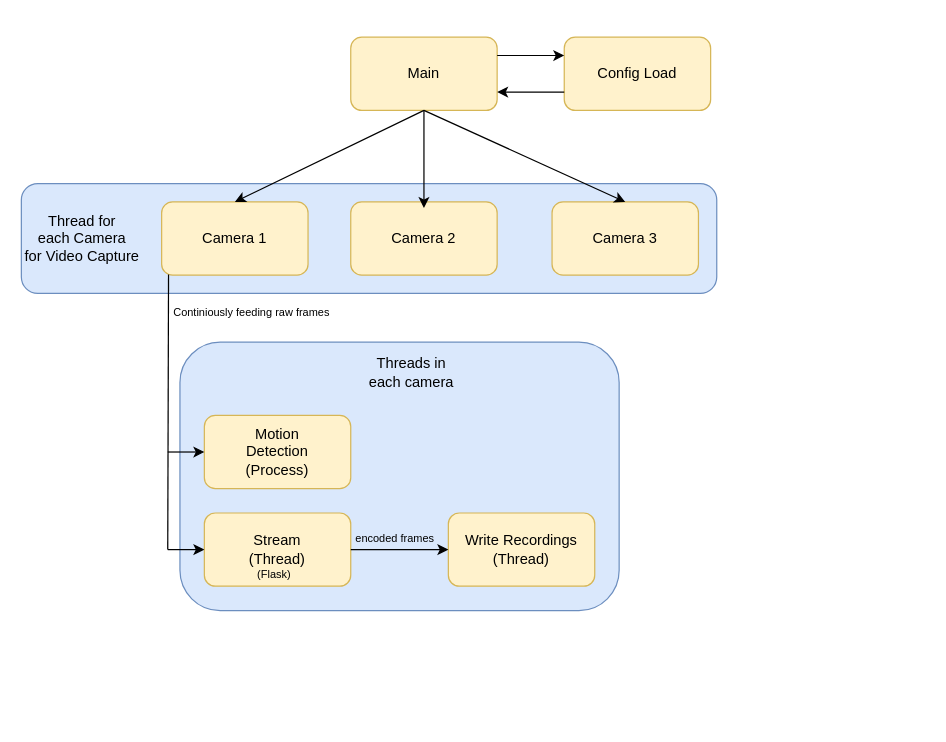
Above: architecture.drawio in TomasTNunes/Cameras-Python (draw.io), before the change. Source tidied: cells renumbered, new cells numbered last; positions are measured from the earlier drawing's top-left corner, leaving out a move shared by most shapes. Both pictures are drawn from the tidied source at 122%, with x=0, y=0 at pixel (21, 37).
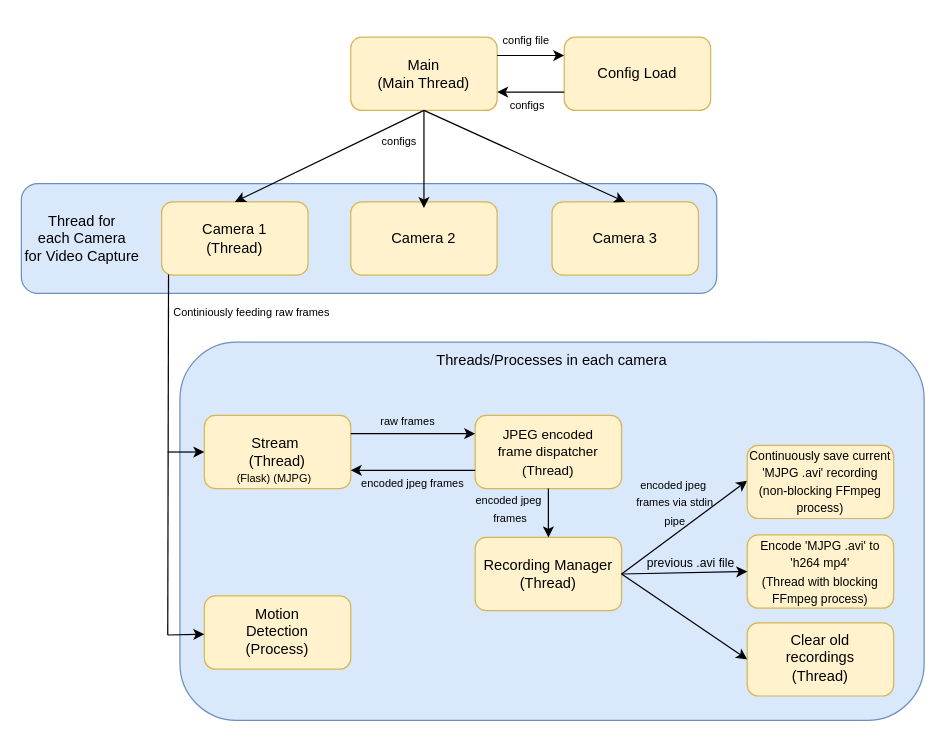
Above is the later version.

Commit message (it also covers changes not shown here):
chore: update architeture img

Unchanged cells that the change refers to:
```xml
<mxCell id="6" style="rounded=1;whiteSpace=wrap;html=1;fillColor=#fff2cc;strokeColor=#d6b656;" parent="1" vertex="1">
  <mxGeometry x="115" y="135" width="120" height="60" as="geometry" />
</mxCell>
<mxCell id="19" style="rounded=1;whiteSpace=wrap;html=1;fillColor=#fff2cc;strokeColor=#d6b656;" parent="1" vertex="1">
  <mxGeometry x="150" y="310" width="120" height="60" as="geometry" />
</mxCell>
```

What changed in the source:
```diff
@@
-    <mxCell id="3" value="Main" style="text;html=1;align=center;verticalAlign=middle;whiteSpace=wrap;rounded=0;" parent="1" vertex="1">
-      <mxGeometry x="300" y="15" width="60" height="30" as="geometry" />
+    <mxCell id="3" value="Main&lt;br&gt;(Main Thread)" style="text;html=1;align=center;verticalAlign=middle;whiteSpace=wrap;rounded=0;" parent="1" vertex="1">
+      <mxGeometry x="290" y="15" width="80" height="30" as="geometry" />
     </mxCell>
@@
-    <mxCell id="7" value="Camera 1" style="text;html=1;align=center;verticalAlign=middle;whiteSpace=wrap;rounded=0;" parent="1" vertex="1">
+    <mxCell id="7" value="Camera 1&lt;br&gt;(Thread)" style="text;html=1;align=center;verticalAlign=middle;whiteSpace=wrap;rounded=0;" parent="1" vertex="1">
       <mxGeometry x="145" y="150" width="60" height="30" as="geometry" />
     </mxCell>
@@
     <mxCell id="15" style="rounded=1;whiteSpace=wrap;html=1;fillColor=#dae8fc;strokeColor=#6c8ebf;" parent="1" vertex="1">
-      <mxGeometry x="130" y="250" width="360" height="220" as="geometry" />
+      <mxGeometry x="130" y="250" width="610" height="310" as="geometry" />
     </mxCell>
-    <mxCell id="16" value="Threads in each camera" style="text;html=1;align=center;verticalAlign=middle;whiteSpace=wrap;rounded=0;" parent="1" vertex="1">
-      <mxGeometry x="280" y="260" width="80" height="30" as="geometry" />
+    <mxCell id="16" value="Threads/Processes in each camera" style="text;html=1;align=center;verticalAlign=middle;whiteSpace=wrap;rounded=0;" parent="1" vertex="1">
+      <mxGeometry x="320" y="250" width="230" height="30" as="geometry" />
     </mxCell>
     <mxCell id="17" style="endArrow=none;html=1;rounded=0;entryX=0.047;entryY=0.992;entryDx=0;entryDy=0;entryPerimeter=0;" parent="1" edge="1" target="6">
       <mxGeometry relative="1" as="geometry">
-        <mxPoint x="120" y="420" as="sourcePoint" />
+        <mxPoint x="120" y="490" as="sourcePoint" />
       </mxGeometry>
     </mxCell>
@@
-    <mxCell id="20" value="Motion Detection&lt;br&gt;(Process)" style="text;html=1;align=center;verticalAlign=middle;whiteSpace=wrap;rounded=0;" parent="1" vertex="1">
-      <mxGeometry x="180" y="325" width="60" height="30" as="geometry" />
+    <mxCell id="20" value="Stream&amp;nbsp;&lt;br&gt;(Thread)" style="text;html=1;align=center;verticalAlign=middle;whiteSpace=wrap;rounded=0;" parent="1" vertex="1">
+      <mxGeometry x="165" y="325" width="90" height="30" as="geometry" />
     </mxCell>
     <mxCell id="21" style="rounded=1;whiteSpace=wrap;html=1;fillColor=#fff2cc;strokeColor=#d6b656;" parent="1" vertex="1">
-      <mxGeometry x="150" y="390" width="120" height="60" as="geometry" />
+      <mxGeometry x="150" y="458" width="120" height="60" as="geometry" />
     </mxCell>
-    <mxCell id="22" value="Stream&lt;br&gt;(Thread)" style="text;html=1;align=center;verticalAlign=middle;whiteSpace=wrap;rounded=0;" parent="1" vertex="1">
-      <mxGeometry x="180" y="405" width="60" height="30" as="geometry" />
+    <mxCell id="22" value="Motion Detection&lt;br&gt;(Process)" style="text;html=1;align=center;verticalAlign=middle;whiteSpace=wrap;rounded=0;" parent="1" vertex="1">
+      <mxGeometry x="180" y="472" width="60" height="30" as="geometry" />
     </mxCell>
     <mxCell id="23" style="endArrow=classic;html=1;rounded=0;" parent="1" edge="1" target="21">
       <mxGeometry relative="1" as="geometry">
-        <mxPoint x="120" y="420" as="sourcePoint" />
+        <mxPoint x="120" y="490" as="sourcePoint" />
       </mxGeometry>
     </mxCell>
@@
-    <mxCell id="28" value="&lt;font style=&quot;font-size: 9px;&quot;&gt;(Flask)&lt;/font&gt;" style="text;html=1;align=center;verticalAlign=middle;whiteSpace=wrap;rounded=0;" parent="1" vertex="1">
-      <mxGeometry x="165" y="430" width="85" height="20" as="geometry" />
+    <mxCell id="28" value="&lt;font style=&quot;font-size: 9px;&quot;&gt;(Flask) (MJPG)&lt;/font&gt;" style="text;html=1;align=center;verticalAlign=middle;whiteSpace=wrap;rounded=0;" parent="1" vertex="1">
+      <mxGeometry x="165" y="351" width="85" height="20" as="geometry" />
     </mxCell>
-    <mxCell id="29" value="Write Recordings&lt;br&gt;(Thread)" style="rounded=1;whiteSpace=wrap;html=1;fillColor=#fff2cc;strokeColor=#d6b656;" parent="1" vertex="1">
-      <mxGeometry x="350" y="390" width="120" height="60" as="geometry" />
+    <mxCell id="29" value="Recording Manager&lt;br&gt;(Thread)" style="rounded=1;whiteSpace=wrap;html=1;fillColor=#fff2cc;strokeColor=#d6b656;" parent="1" vertex="1">
+      <mxGeometry x="372" y="410" width="120" height="60" as="geometry" />
     </mxCell>
-    <mxCell id="30" style="endArrow=classic;html=1;rounded=0;exitX=1;exitY=0.5;exitDx=0;exitDy=0;entryX=0;entryY=0.5;entryDx=0;entryDy=0;" parent="1" edge="1" source="21" target="29">
-      <mxGeometry relative="1" as="geometry" />
-    </mxCell>
-    <mxCell id="31" value="&lt;font style=&quot;font-size: 9px;&quot;&gt;encoded frames&lt;/font&gt;" style="text;html=1;align=center;verticalAlign=middle;whiteSpace=wrap;rounded=0;" parent="1" vertex="1">
-      <mxGeometry x="254" y="395" width="105" height="30" as="geometry" />
-    </mxCell>
+    <mxCell id="32" style="rounded=1;whiteSpace=wrap;html=1;fillColor=#fff2cc;strokeColor=#d6b656;" parent="1" vertex="1">
+      <mxGeometry x="372" y="310" width="120" height="60" as="geometry" />
+    </mxCell>
+    <mxCell id="33" value="&lt;font style=&quot;font-size: 11px;&quot;&gt;JPEG encoded frame dispatcher&lt;br&gt;(Thread)&lt;/font&gt;" style="text;html=1;align=center;verticalAlign=middle;whiteSpace=wrap;rounded=0;" parent="1" vertex="1">
+      <mxGeometry x="387" y="325" width="90" height="30" as="geometry" />
+    </mxCell>
+    <mxCell id="34" style="endArrow=classic;html=1;rounded=0;exitX=1;exitY=0.25;exitDx=0;exitDy=0;entryX=0;entryY=0.25;entryDx=0;entryDy=0;" parent="1" edge="1" source="19" target="32">
+      <mxGeometry relative="1" as="geometry" />
+    </mxCell>
+    <mxCell id="35" style="endArrow=classic;html=1;rounded=0;exitX=0;exitY=0.75;exitDx=0;exitDy=0;entryX=1;entryY=0.75;entryDx=0;entryDy=0;" parent="1" edge="1" source="32" target="19">
+      <mxGeometry relative="1" as="geometry" />
+    </mxCell>
+    <mxCell id="36" value="&lt;font style=&quot;font-size: 9px;&quot;&gt;raw frames&lt;/font&gt;" style="text;html=1;align=center;verticalAlign=middle;whiteSpace=wrap;rounded=0;" parent="1" vertex="1">
+      <mxGeometry x="267" y="299" width="100" height="30" as="geometry" />
+    </mxCell>
+    <mxCell id="37" value="&lt;font style=&quot;font-size: 9px;&quot;&gt;encoded jpeg frames&lt;/font&gt;" style="text;html=1;align=center;verticalAlign=middle;whiteSpace=wrap;rounded=0;" parent="1" vertex="1">
+      <mxGeometry x="271" y="349" width="100" height="31" as="geometry" />
+    </mxCell>
+    <mxCell id="38" style="endArrow=classic;html=1;rounded=0;exitX=0.5;exitY=1;exitDx=0;exitDy=0;entryX=0.5;entryY=0;entryDx=0;entryDy=0;" parent="1" edge="1" source="32" target="29">
+      <mxGeometry relative="1" as="geometry" />
+    </mxCell>
+    <mxCell id="39" value="&lt;font style=&quot;font-size: 9px;&quot;&gt;configs&lt;/font&gt;" style="text;html=1;align=center;verticalAlign=middle;whiteSpace=wrap;rounded=0;" parent="1" vertex="1">
+      <mxGeometry x="260" y="70" width="100" height="30" as="geometry" />
+    </mxCell>
+    <mxCell id="40" value="&lt;font style=&quot;font-size: 9px;&quot;&gt;configs&lt;/font&gt;" style="text;html=1;align=center;verticalAlign=middle;whiteSpace=wrap;rounded=0;" parent="1" vertex="1">
+      <mxGeometry x="365" y="40" width="100" height="30" as="geometry" />
+    </mxCell>
+    <mxCell id="41" value="&lt;font style=&quot;font-size: 9px;&quot;&gt;config file&lt;/font&gt;" style="text;html=1;align=center;verticalAlign=middle;whiteSpace=wrap;rounded=0;" parent="1" vertex="1">
+      <mxGeometry x="364" y="-13" width="100" height="30" as="geometry" />
+    </mxCell>
+    <mxCell id="42" style="endArrow=classic;html=1;rounded=0;exitX=1;exitY=0.5;exitDx=0;exitDy=0;entryX=0;entryY=0.5;entryDx=0;entryDy=0;" parent="1" edge="1" source="29" target="44">
+      <mxGeometry relative="1" as="geometry" />
+    </mxCell>
+    <mxCell id="43" style="rounded=1;whiteSpace=wrap;html=1;fillColor=#fff2cc;strokeColor=#d6b656;" parent="1" vertex="1">
+      <mxGeometry x="595" y="334.5" width="120" height="60" as="geometry" />
+    </mxCell>
+    <mxCell id="44" value="&lt;font style=&quot;font-size: 10px;&quot;&gt;Continuously save current 'MJPG .avi' recording&lt;br&gt;(non-blocking FFmpeg process)&lt;/font&gt;" style="text;html=1;align=center;verticalAlign=middle;whiteSpace=wrap;rounded=0;" parent="1" vertex="1">
+      <mxGeometry x="595" y="343.5" width="120" height="40" as="geometry" />
+    </mxCell>
+    <mxCell id="45" style="rounded=1;whiteSpace=wrap;html=1;fillColor=#fff2cc;strokeColor=#d6b656;" parent="1" vertex="1">
+      <mxGeometry x="595" y="408" width="120" height="60" as="geometry" />
+    </mxCell>
+    <mxCell id="46" value="&lt;font style=&quot;font-size: 10px;&quot;&gt;Encode 'MJPG .avi' to 'h264 mp4'&lt;/font&gt;&lt;div&gt;&lt;font style=&quot;font-size: 10px;&quot;&gt;(Thread with blocking FFmpeg process)&lt;/font&gt;&lt;/div&gt;" style="text;html=1;align=center;verticalAlign=middle;whiteSpace=wrap;rounded=0;" parent="1" vertex="1">
+      <mxGeometry x="595" y="420" width="120" height="36" as="geometry" />
+    </mxCell>
+    <mxCell id="47" style="rounded=1;whiteSpace=wrap;html=1;fillColor=#fff2cc;strokeColor=#d6b656;" parent="1" vertex="1">
+      <mxGeometry x="595" y="480" width="120" height="60" as="geometry" />
+    </mxCell>
+    <mxCell id="48" value="Clear old recordings&lt;br&gt;(Thread)" style="text;html=1;align=center;verticalAlign=middle;whiteSpace=wrap;rounded=0;" parent="1" vertex="1">
+      <mxGeometry x="625" y="494" width="60" height="30" as="geometry" />
+    </mxCell>
+    <mxCell id="49" value="&lt;font style=&quot;font-size: 9px;&quot;&gt;encoded jpeg&amp;nbsp;&lt;/font&gt;&lt;div&gt;&lt;font style=&quot;font-size: 9px;&quot;&gt;frames&lt;/font&gt;&lt;/div&gt;" style="text;html=1;align=center;verticalAlign=middle;whiteSpace=wrap;rounded=0;" parent="1" vertex="1">
+      <mxGeometry x="351" y="370" width="100" height="31" as="geometry" />
+    </mxCell>
+    <mxCell id="50" style="endArrow=classic;html=1;rounded=0;exitX=1;exitY=0.5;exitDx=0;exitDy=0;entryX=0;entryY=0.5;entryDx=0;entryDy=0;" parent="1" edge="1" source="29" target="46">
+      <mxGeometry relative="1" as="geometry" />
+    </mxCell>
+    <mxCell id="51" style="endArrow=classic;html=1;rounded=0;exitX=1;exitY=0.5;exitDx=0;exitDy=0;entryX=0;entryY=0.5;entryDx=0;entryDy=0;" parent="1" edge="1" source="29" target="47">
+      <mxGeometry relative="1" as="geometry" />
+    </mxCell>
+    <mxCell id="52" value="&lt;font style=&quot;font-size: 9px;&quot;&gt;encoded jpeg&amp;nbsp;&lt;/font&gt;&lt;div&gt;&lt;font style=&quot;font-size: 9px;&quot;&gt;frames via stdin pipe&lt;/font&gt;&lt;/div&gt;" style="text;html=1;align=center;verticalAlign=middle;whiteSpace=wrap;rounded=0;" parent="1" vertex="1">
+      <mxGeometry x="496" y="368" width="80" height="26.5" as="geometry" />
+    </mxCell>
+    <mxCell id="53" value="&lt;font size=&quot;1&quot;&gt;previous .avi file&lt;/font&gt;" style="text;html=1;align=center;verticalAlign=middle;whiteSpace=wrap;rounded=0;" parent="1" vertex="1">
+      <mxGeometry x="509" y="418" width="80" height="26.5" as="geometry" />
+    </mxCell>
```
